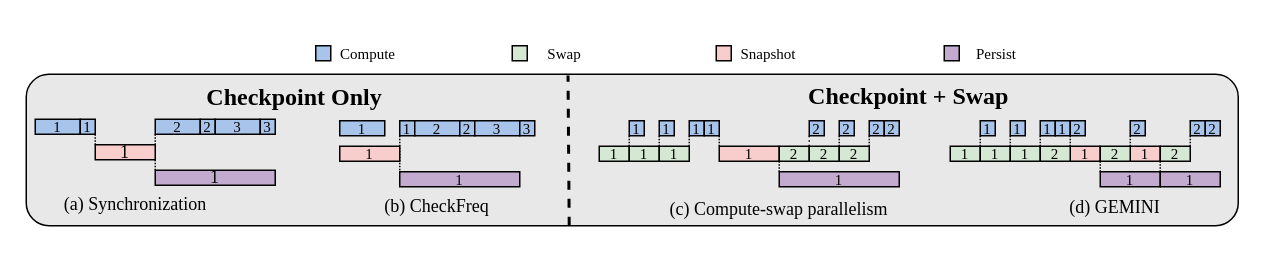
Above: fig/pipeline_mot.drawio in icszhr/NCheck (draw.io), before the change. Source tidied: cells renumbered, new cells numbered last; positions are measured from the earlier drawing's top-left corner, leaving out a move shared by most shapes. Both pictures are drawn from the tidied source at 150%, with x=0, y=0 at pixel (26, 45).
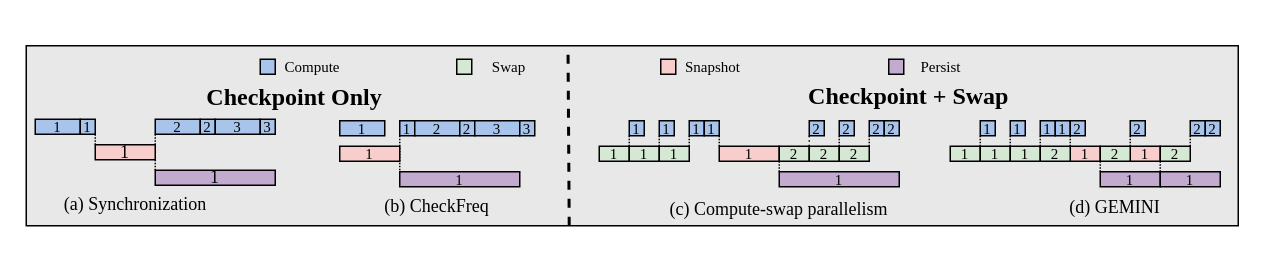
The same page after the edit.

Diff of the diagram source:
```diff
@@
-    <mxCell id="2" style="rounded=1;whiteSpace=wrap;html=1;fontFamily=Times New Roman;fillColor=#E8E8E8;" parent="1" vertex="1">
-      <mxGeometry y="19" width="808" height="101" as="geometry" />
+    <mxCell id="2" style="rounded=0;whiteSpace=wrap;html=1;fontFamily=Times New Roman;fillColor=#E8E8E8;" parent="1" vertex="1">
+      <mxGeometry width="808" height="120" as="geometry" />
     </mxCell>
@@
     <mxCell id="7" style="whiteSpace=wrap;html=1;fillColor=#A9C4EB;fontFamily=Times New Roman;" parent="1" vertex="1">
-      <mxGeometry x="193" width="10" height="10" as="geometry" />
+      <mxGeometry x="156" y="9" width="10" height="10" as="geometry" />
     </mxCell>
     <mxCell id="8" style="whiteSpace=wrap;html=1;fillColor=#F8CECC;fontFamily=Times New Roman;" parent="1" vertex="1">
-      <mxGeometry x="460" width="10" height="10" as="geometry" />
+      <mxGeometry x="423" y="9" width="10" height="10" as="geometry" />
     </mxCell>
     <mxCell id="9" style="whiteSpace=wrap;html=1;fillColor=#D5E8D4;fontFamily=Times New Roman;" parent="1" vertex="1">
-      <mxGeometry x="324" width="10" height="10" as="geometry" />
+      <mxGeometry x="287" y="9" width="10" height="10" as="geometry" />
     </mxCell>
     <mxCell id="10" style="whiteSpace=wrap;html=1;fillColor=#C3ABD0;fontFamily=Times New Roman;" parent="1" vertex="1">
-      <mxGeometry x="612" width="10" height="10" as="geometry" />
+      <mxGeometry x="575" y="9" width="10" height="10" as="geometry" />
     </mxCell>
     <mxCell id="11" value="&lt;p style=&quot;line-height: 100%;&quot;&gt;&lt;font style=&quot;font-size: 10px;&quot;&gt;Compute&lt;/font&gt;&lt;/p&gt;" style="text;html=1;align=center;verticalAlign=middle;whiteSpace=wrap;rounded=0;fontFamily=Times New Roman;" parent="1" vertex="1">
-      <mxGeometry x="203" width="50" height="10" as="geometry" />
+      <mxGeometry x="166" y="9" width="50" height="10" as="geometry" />
     </mxCell>
     <mxCell id="12" value="&lt;p style=&quot;line-height: 100%;&quot;&gt;&lt;font style=&quot;font-size: 10px;&quot;&gt;Swap&lt;/font&gt;&lt;/p&gt;" style="text;html=1;align=center;verticalAlign=middle;whiteSpace=wrap;rounded=0;fontFamily=Times New Roman;" parent="1" vertex="1">
-      <mxGeometry x="334" width="50" height="10" as="geometry" />
+      <mxGeometry x="297" y="9" width="50" height="10" as="geometry" />
     </mxCell>
     <mxCell id="13" value="&lt;p style=&quot;line-height: 100%;&quot;&gt;&lt;span style=&quot;font-size: 10px;&quot;&gt;Snapshot&lt;/span&gt;&lt;/p&gt;" style="text;html=1;align=center;verticalAlign=middle;whiteSpace=wrap;rounded=0;fontFamily=Times New Roman;" parent="1" vertex="1">
-      <mxGeometry x="470" width="50" height="10" as="geometry" />
+      <mxGeometry x="433" y="9" width="50" height="10" as="geometry" />
     </mxCell>
     <mxCell id="14" value="&lt;p style=&quot;line-height: 100%;&quot;&gt;&lt;font style=&quot;font-size: 10px;&quot;&gt;Persist&lt;/font&gt;&lt;/p&gt;" style="text;html=1;align=center;verticalAlign=middle;whiteSpace=wrap;rounded=0;fontFamily=Times New Roman;" parent="1" vertex="1">
-      <mxGeometry x="622" width="50" height="10" as="geometry" />
+      <mxGeometry x="585" y="9" width="50" height="10" as="geometry" />
     </mxCell>
```
